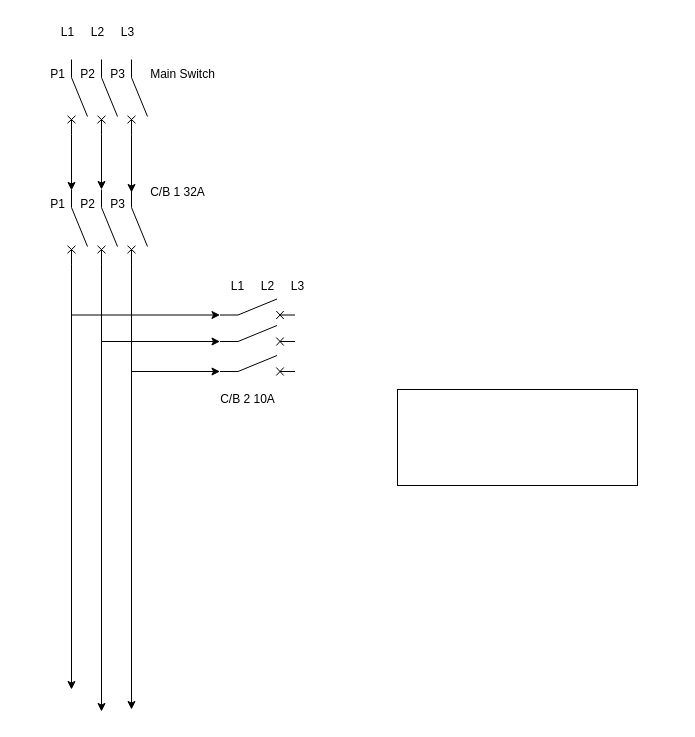
Before: Electrical - Aerosol JNR.drawio in nicholas-carnie/Nicks-files, a draw.io diagram. Source tidied: cells renumbered, new cells numbered last; positions are measured from the earlier drawing's top-left corner, leaving out a move shared by most shapes. Both pictures are drawn from the tidied source at 100%, with x=0, y=0 at pixel (37, 17).
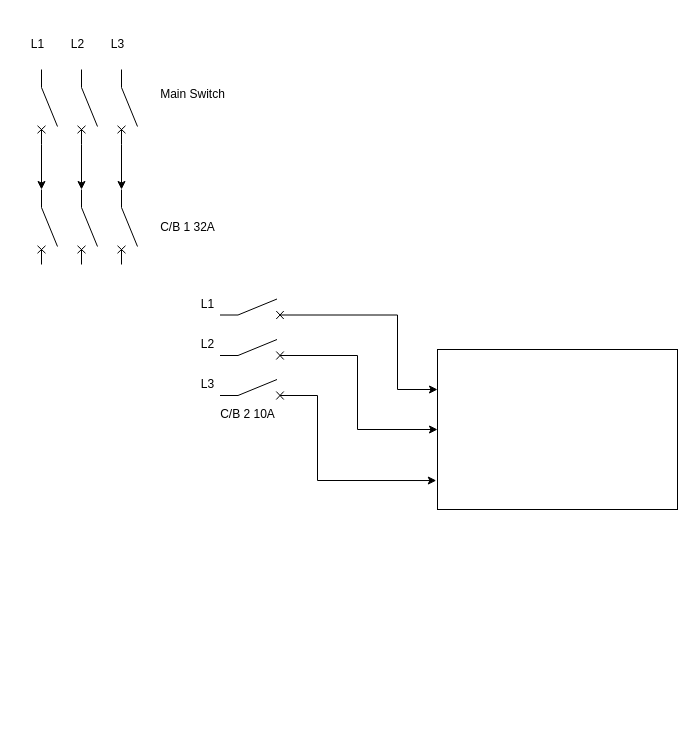
Above is the later version.

Unchanged cells that the change refers to:
```xml
<mxCell id="28" style="verticalLabelPosition=bottom;shadow=0;dashed=0;align=center;html=1;verticalAlign=top;shape=mxgraph.electrical.electro-mechanical.circuitBreaker2;elSwitchState=off;direction=east;" parent="1" vertex="1">
  <mxGeometry x="182.5" y="281.5" width="75" height="20" as="geometry" />
</mxCell>
```

Change to the diagram source:
```diff
@@
+    <mxCell id="35" style="rounded=0;whiteSpace=wrap;html=1;" parent="1" vertex="1">
+      <mxGeometry x="400" y="332" width="240" height="160" as="geometry" />
+    </mxCell>
+    <mxCell id="36" style="edgeStyle=orthogonalEdgeStyle;rounded=0;jettySize=auto;html=1;exitX=1;exitY=0.8;exitDx=0;exitDy=0;entryX=0;entryY=0.8;entryDx=0;entryDy=0;" parent="1" edge="1" source="2" target="10">
+      <mxGeometry relative="1" as="geometry" />
+    </mxCell>
     <mxCell id="2" style="verticalLabelPosition=bottom;shadow=0;dashed=0;align=center;html=1;verticalAlign=top;shape=mxgraph.electrical.electro-mechanical.circuitBreaker2;elSwitchState=off;direction=south;" parent="1" vertex="1">
-      <mxGeometry x="30" y="42" width="20" height="75" as="geometry" />
+      <mxGeometry y="52" width="20" height="75" as="geometry" />
     </mxCell>
+    <mxCell id="37" style="edgeStyle=orthogonalEdgeStyle;rounded=0;jettySize=auto;html=1;exitX=1;exitY=0.8;exitDx=0;exitDy=0;entryX=0;entryY=0.8;entryDx=0;entryDy=0;" parent="1" edge="1" source="3" target="13">
+      <mxGeometry relative="1" as="geometry" />
+    </mxCell>
     <mxCell id="3" style="verticalLabelPosition=bottom;shadow=0;dashed=0;align=center;html=1;verticalAlign=top;shape=mxgraph.electrical.electro-mechanical.circuitBreaker2;elSwitchState=off;direction=south;" parent="1" vertex="1">
-      <mxGeometry x="60" y="42" width="20" height="75" as="geometry" />
+      <mxGeometry x="40" y="52" width="20" height="75" as="geometry" />
     </mxCell>
+    <mxCell id="38" style="edgeStyle=orthogonalEdgeStyle;rounded=0;jettySize=auto;html=1;exitX=1;exitY=0.8;exitDx=0;exitDy=0;entryX=0;entryY=0.8;entryDx=0;entryDy=0;" parent="1" edge="1" source="4" target="16">
+      <mxGeometry relative="1" as="geometry" />
+    </mxCell>
     <mxCell id="4" style="verticalLabelPosition=bottom;shadow=0;dashed=0;align=center;html=1;verticalAlign=top;shape=mxgraph.electrical.electro-mechanical.circuitBreaker2;elSwitchState=off;direction=south;" parent="1" vertex="1">
-      <mxGeometry x="90" y="42" width="20" height="75" as="geometry" />
+      <mxGeometry x="80" y="52" width="20" height="75" as="geometry" />
     </mxCell>
-    <mxCell id="5" value="P1" style="text;html=1;align=center;verticalAlign=middle;strokeColor=none;fillColor=none;" parent="1" vertex="1">
-      <mxGeometry y="42" width="40" height="30" as="geometry" />
-    </mxCell>
-    <mxCell id="6" value="P2" style="text;html=1;align=center;verticalAlign=middle;strokeColor=none;fillColor=none;" parent="1" vertex="1">
-      <mxGeometry x="30" y="42" width="40" height="30" as="geometry" />
-    </mxCell>
-    <mxCell id="7" value="P3" style="text;html=1;align=center;verticalAlign=middle;strokeColor=none;fillColor=none;" parent="1" vertex="1">
-      <mxGeometry x="60" y="42" width="40" height="30" as="geometry" />
-    </mxCell>
-    <mxCell id="8" style="edgeStyle=orthogonalEdgeStyle;rounded=0;jettySize=auto;html=1;exitX=1;exitY=0.8;exitDx=0;exitDy=0;" parent="1" edge="1" source="10">
-      <mxGeometry relative="1" as="geometry">
-        <mxPoint x="34" y="672" as="targetPoint" />
-      </mxGeometry>
-    </mxCell>
-    <mxCell id="9" style="edgeStyle=orthogonalEdgeStyle;rounded=0;jettySize=auto;html=1;exitX=1;exitY=0.8;exitDx=0;exitDy=0;entryX=0;entryY=0.8;entryDx=0;entryDy=0;" parent="1" edge="1" source="10" target="28">
-      <mxGeometry relative="1" as="geometry" />
-    </mxCell>
     <mxCell id="10" style="verticalLabelPosition=bottom;shadow=0;dashed=0;align=center;html=1;verticalAlign=top;shape=mxgraph.electrical.electro-mechanical.circuitBreaker2;elSwitchState=off;direction=south;" parent="1" vertex="1">
-      <mxGeometry x="30" y="172" width="20" height="75" as="geometry" />
+      <mxGeometry y="172" width="20" height="75" as="geometry" />
     </mxCell>
-    <mxCell id="11" style="edgeStyle=orthogonalEdgeStyle;rounded=0;jettySize=auto;html=1;exitX=1;exitY=0.8;exitDx=0;exitDy=0;" parent="1" edge="1" source="13">
-      <mxGeometry relative="1" as="geometry">
-        <mxPoint x="64" y="694" as="targetPoint" />
-      </mxGeometry>
-    </mxCell>
-    <mxCell id="12" style="edgeStyle=orthogonalEdgeStyle;rounded=0;jettySize=auto;html=1;exitX=1;exitY=0.8;exitDx=0;exitDy=0;entryX=0;entryY=0.8;entryDx=0;entryDy=0;" parent="1" edge="1" source="13" target="30">
-      <mxGeometry relative="1" as="geometry" />
-    </mxCell>
     <mxCell id="13" style="verticalLabelPosition=bottom;shadow=0;dashed=0;align=center;html=1;verticalAlign=top;shape=mxgraph.electrical.electro-mechanical.circuitBreaker2;elSwitchState=off;direction=south;" parent="1" vertex="1">
-      <mxGeometry x="60" y="172" width="20" height="75" as="geometry" />
+      <mxGeometry x="40" y="172" width="20" height="75" as="geometry" />
     </mxCell>
-    <mxCell id="14" style="edgeStyle=orthogonalEdgeStyle;rounded=0;jettySize=auto;html=1;exitX=1;exitY=0.8;exitDx=0;exitDy=0;" parent="1" edge="1" source="16">
-      <mxGeometry relative="1" as="geometry">
-        <mxPoint x="94" y="692" as="targetPoint" />
-      </mxGeometry>
-    </mxCell>
-    <mxCell id="15" style="edgeStyle=orthogonalEdgeStyle;rounded=0;jettySize=auto;html=1;exitX=1;exitY=0.8;exitDx=0;exitDy=0;entryX=0;entryY=0.8;entryDx=0;entryDy=0;" parent="1" edge="1" source="16" target="29">
-      <mxGeometry relative="1" as="geometry" />
-    </mxCell>
     <mxCell id="16" style="verticalLabelPosition=bottom;shadow=0;dashed=0;align=center;html=1;verticalAlign=top;shape=mxgraph.electrical.electro-mechanical.circuitBreaker2;elSwitchState=off;direction=south;" parent="1" vertex="1">
-      <mxGeometry x="90" y="172" width="20" height="75" as="geometry" />
+      <mxGeometry x="80" y="172" width="20" height="75" as="geometry" />
     </mxCell>
-    <mxCell id="17" value="P2" style="text;html=1;align=center;verticalAlign=middle;points=[];strokeColor=none;fillColor=none;" parent="1" vertex="1">
-      <mxGeometry x="30" y="172" width="40" height="30" as="geometry" />
-    </mxCell>
-    <mxCell id="18" value="P3" style="text;html=1;align=center;verticalAlign=middle;points=[];strokeColor=none;fillColor=none;" parent="1" vertex="1">
-      <mxGeometry x="60" y="172" width="40" height="30" as="geometry" />
-    </mxCell>
-    <mxCell id="19" style="edgeStyle=orthogonalEdgeStyle;rounded=0;jettySize=auto;html=1;exitX=1;exitY=0.8;exitDx=0;exitDy=0;entryX=0.1;entryY=0.033;entryDx=0;entryDy=0;entryPerimeter=0;" parent="1" edge="1" source="2" target="17">
-      <mxGeometry relative="1" as="geometry" />
-    </mxCell>
-    <mxCell id="20" style="edgeStyle=orthogonalEdgeStyle;rounded=0;jettySize=auto;html=1;exitX=1;exitY=0.8;exitDx=0;exitDy=0;" parent="1" edge="1" source="3">
-      <mxGeometry relative="1" as="geometry">
-        <mxPoint x="64" y="172" as="targetPoint" />
-      </mxGeometry>
-    </mxCell>
-    <mxCell id="21" style="edgeStyle=orthogonalEdgeStyle;rounded=0;jettySize=auto;html=1;exitX=1;exitY=0.8;exitDx=0;exitDy=0;entryX=0.85;entryY=0.1;entryDx=0;entryDy=0;entryPerimeter=0;" parent="1" edge="1" source="4" target="18">
-      <mxGeometry relative="1" as="geometry" />
-    </mxCell>
-    <mxCell id="22" value="P1" style="text;html=1;align=center;verticalAlign=middle;strokeColor=none;fillColor=none;" parent="1" vertex="1">
-      <mxGeometry y="172" width="40" height="30" as="geometry" />
-    </mxCell>
     <mxCell id="23" value="Main Switch" style="text;html=1;align=center;verticalAlign=middle;strokeColor=none;fillColor=none;" parent="1" vertex="1">
-      <mxGeometry x="100" y="42" width="90" height="30" as="geometry" />
+      <mxGeometry x="110" y="62" width="90" height="30" as="geometry" />
     </mxCell>
     <mxCell id="24" value="C/B 1 32A" style="text;html=1;align=center;verticalAlign=middle;strokeColor=none;fillColor=none;" parent="1" vertex="1">
-      <mxGeometry x="100" y="160" width="80" height="30" as="geometry" />
+      <mxGeometry x="110" y="194.5" width="80" height="30" as="geometry" />
     </mxCell>
     <mxCell id="25" value="L1" style="text;html=1;align=center;verticalAlign=middle;strokeColor=none;fillColor=none;" parent="1" vertex="1">
-      <mxGeometry x="10" width="40" height="30" as="geometry" />
+      <mxGeometry x="-20" y="12" width="40" height="30" as="geometry" />
     </mxCell>
     <mxCell id="26" value="L2" style="text;html=1;align=center;verticalAlign=middle;strokeColor=none;fillColor=none;" parent="1" vertex="1">
-      <mxGeometry x="40" width="40" height="30" as="geometry" />
+      <mxGeometry x="20" y="12" width="40" height="30" as="geometry" />
     </mxCell>
     <mxCell id="27" value="L3" style="text;html=1;align=center;verticalAlign=middle;strokeColor=none;fillColor=none;" parent="1" vertex="1">
-      <mxGeometry x="70" width="40" height="30" as="geometry" />
+      <mxGeometry x="60" y="12" width="40" height="30" as="geometry" />
     </mxCell>
+    <mxCell id="39" style="edgeStyle=orthogonalEdgeStyle;rounded=0;jettySize=auto;html=1;exitX=1;exitY=0.8;exitDx=0;exitDy=0;entryX=0;entryY=0.25;entryDx=0;entryDy=0;" parent="1" edge="1" source="28" target="35">
+      <mxGeometry relative="1" as="geometry">
+        <Array as="points">
+          <mxPoint x="360" y="298" />
+          <mxPoint x="360" y="372" />
+          <mxPoint x="400" y="372" />
+        </Array>
+      </mxGeometry>
+    </mxCell>
@@
     <mxCell id="29" style="verticalLabelPosition=bottom;shadow=0;dashed=0;align=center;html=1;verticalAlign=top;shape=mxgraph.electrical.electro-mechanical.circuitBreaker2;elSwitchState=off;direction=east;" parent="1" vertex="1">
-      <mxGeometry x="182.5" y="338" width="75" height="20" as="geometry" />
+      <mxGeometry x="182.5" y="362" width="75" height="20" as="geometry" />
     </mxCell>
+    <mxCell id="40" style="edgeStyle=orthogonalEdgeStyle;rounded=0;jettySize=auto;html=1;exitX=1;exitY=0.8;exitDx=0;exitDy=0;entryX=0;entryY=0.5;entryDx=0;entryDy=0;" parent="1" edge="1" source="30" target="35">
+      <mxGeometry relative="1" as="geometry">
+        <Array as="points">
+          <mxPoint x="320" y="338" />
+          <mxPoint x="320" y="412" />
+        </Array>
+      </mxGeometry>
+    </mxCell>
     <mxCell id="30" style="verticalLabelPosition=bottom;shadow=0;dashed=0;align=center;html=1;verticalAlign=top;shape=mxgraph.electrical.electro-mechanical.circuitBreaker2;elSwitchState=off;direction=east;" parent="1" vertex="1">
-      <mxGeometry x="182.5" y="308" width="75" height="20" as="geometry" />
+      <mxGeometry x="182.5" y="322" width="75" height="20" as="geometry" />
     </mxCell>
     <mxCell id="31" value="L2" style="text;html=1;align=center;verticalAlign=middle;strokeColor=none;fillColor=none;" parent="1" vertex="1">
-      <mxGeometry x="210" y="254" width="40" height="30" as="geometry" />
+      <mxGeometry x="150" y="312" width="40" height="30" as="geometry" />
     </mxCell>
     <mxCell id="32" value="L3" style="text;html=1;align=center;verticalAlign=middle;strokeColor=none;fillColor=none;" parent="1" vertex="1">
-      <mxGeometry x="240" y="254" width="40" height="30" as="geometry" />
+      <mxGeometry x="150" y="352" width="40" height="30" as="geometry" />
     </mxCell>
     <mxCell id="33" value="L1" style="text;html=1;align=center;verticalAlign=middle;strokeColor=none;fillColor=none;" parent="1" vertex="1">
-      <mxGeometry x="180" y="254" width="40" height="30" as="geometry" />
+      <mxGeometry x="150" y="271.5" width="40" height="30" as="geometry" />
     </mxCell>
     <mxCell id="34" value="C/B 2 10A" style="text;html=1;align=center;verticalAlign=middle;strokeColor=none;fillColor=none;" parent="1" vertex="1">
-      <mxGeometry x="170" y="367" width="80" height="30" as="geometry" />
+      <mxGeometry x="170" y="382" width="80" height="30" as="geometry" />
     </mxCell>
-    <mxCell id="35" style="rounded=0;whiteSpace=wrap;html=1;" parent="1" vertex="1">
-      <mxGeometry x="360" y="372" width="240" height="96" as="geometry" />
-    </mxCell>
+    <mxCell id="41" style="edgeStyle=orthogonalEdgeStyle;rounded=0;jettySize=auto;html=1;exitX=1;exitY=0.8;exitDx=0;exitDy=0;entryX=-0.005;entryY=0.819;entryDx=0;entryDy=0;entryPerimeter=0;" parent="1" edge="1" source="29" target="35">
+      <mxGeometry relative="1" as="geometry">
+        <Array as="points">
+          <mxPoint x="280" y="378" />
+          <mxPoint x="280" y="463" />
+        </Array>
+      </mxGeometry>
+    </mxCell>
```
